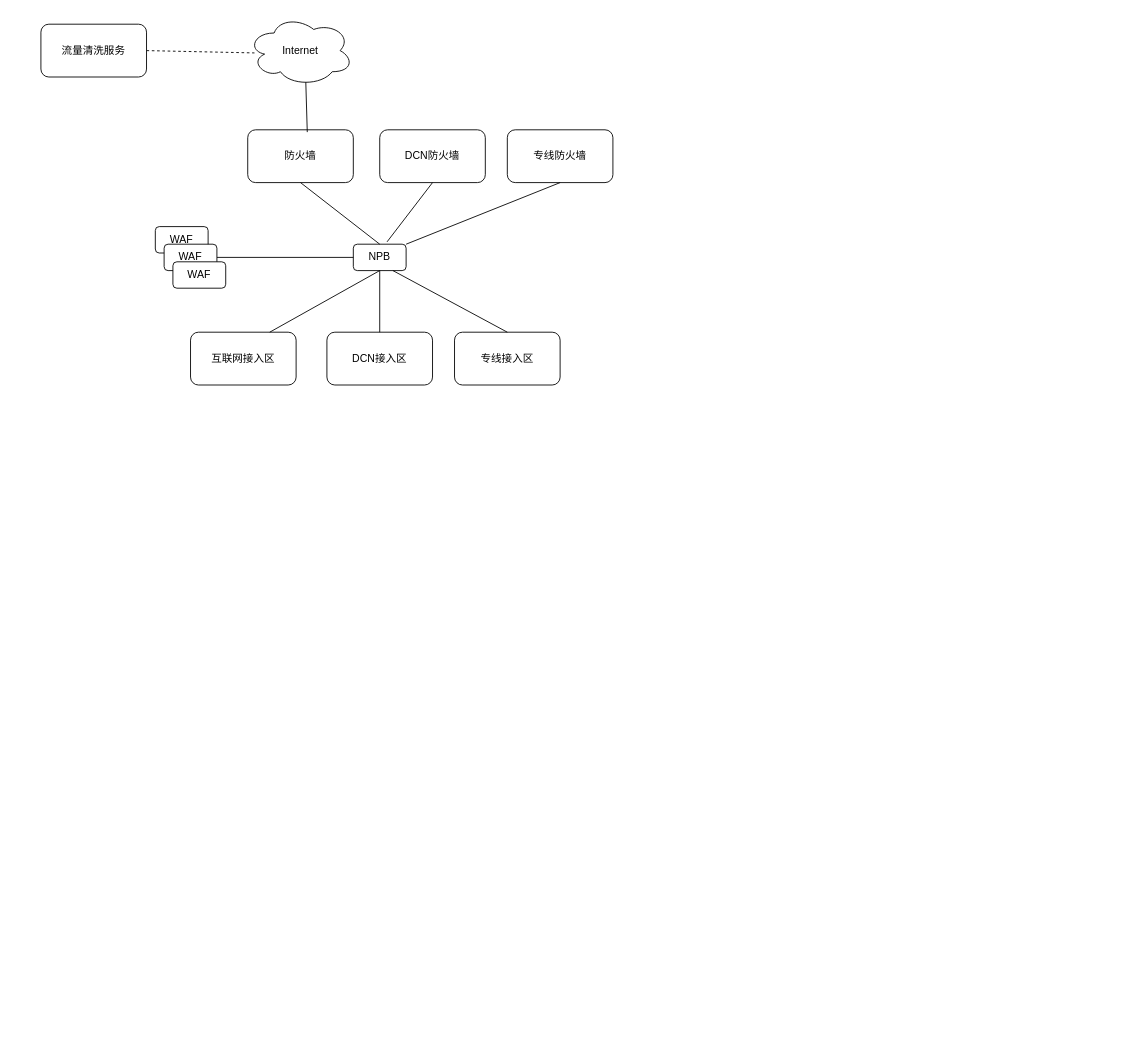
The draw.io diagram cloudsecurity.drawio in razor/1102_decoration, before the edit. Source tidied: cells renumbered, new cells numbered last; positions are measured from the earlier drawing's top-left corner, leaving out a move shared by most shapes. Both pictures are drawn from the tidied source at 88%, with x=0, y=0 at pixel (40, 15).
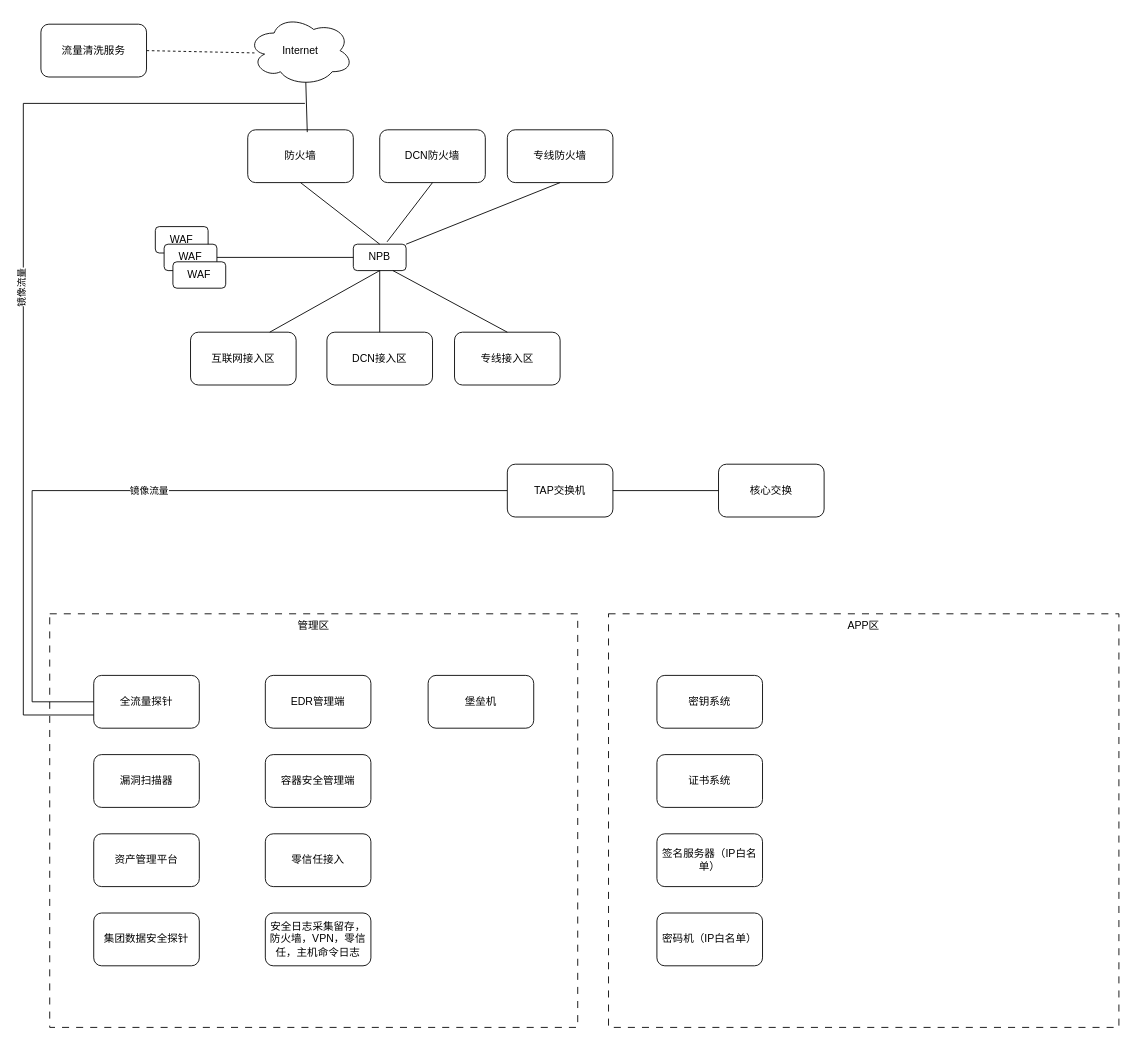
After the change.

The edit, as a diff of the source:
```diff
@@
+    <mxCell id="23" value="APP区" style="rounded=0;whiteSpace=wrap;html=1;verticalAlign=top;dashed=1;dashPattern=8 8;" parent="1" vertex="1">
+      <mxGeometry x="645" y="680" width="580" height="470" as="geometry" />
+    </mxCell>
+    <mxCell id="24" value="管理区" style="rounded=0;whiteSpace=wrap;html=1;verticalAlign=top;dashed=1;dashPattern=8 8;" parent="1" vertex="1">
+      <mxGeometry x="10" y="680" width="600" height="470" as="geometry" />
+    </mxCell>
@@
+    <mxCell id="25" value="漏洞扫描器" style="rounded=1;whiteSpace=wrap;html=1;" parent="1" vertex="1">
+      <mxGeometry x="60" y="840" width="120" height="60" as="geometry" />
+    </mxCell>
+    <mxCell id="26" value="资产管理平台" style="rounded=1;whiteSpace=wrap;html=1;" parent="1" vertex="1">
+      <mxGeometry x="60" y="930" width="120" height="60" as="geometry" />
+    </mxCell>
+    <mxCell id="27" value="全流量探针" style="rounded=1;whiteSpace=wrap;html=1;" parent="1" vertex="1">
+      <mxGeometry x="60" y="750" width="120" height="60" as="geometry" />
+    </mxCell>
+    <mxCell id="28" value="集团数据安全探针" style="rounded=1;whiteSpace=wrap;html=1;" parent="1" vertex="1">
+      <mxGeometry x="60" y="1020" width="120" height="60" as="geometry" />
+    </mxCell>
+    <mxCell id="29" value="EDR管理端" style="rounded=1;whiteSpace=wrap;html=1;" parent="1" vertex="1">
+      <mxGeometry x="255" y="750" width="120" height="60" as="geometry" />
+    </mxCell>
+    <mxCell id="30" value="容器安全管理端" style="rounded=1;whiteSpace=wrap;html=1;" parent="1" vertex="1">
+      <mxGeometry x="255" y="840" width="120" height="60" as="geometry" />
+    </mxCell>
+    <mxCell id="31" value="零信任接入" style="rounded=1;whiteSpace=wrap;html=1;" parent="1" vertex="1">
+      <mxGeometry x="255" y="930" width="120" height="60" as="geometry" />
+    </mxCell>
+    <mxCell id="32" value="安全日志采集留存，防火墙，VPN，零信任，主机命令日志" style="rounded=1;whiteSpace=wrap;html=1;" parent="1" vertex="1">
+      <mxGeometry x="255" y="1020" width="120" height="60" as="geometry" />
+    </mxCell>
+    <mxCell id="33" value="密钥系统" style="rounded=1;whiteSpace=wrap;html=1;" parent="1" vertex="1">
+      <mxGeometry x="700" y="750" width="120" height="60" as="geometry" />
+    </mxCell>
+    <mxCell id="34" value="证书系统" style="rounded=1;whiteSpace=wrap;html=1;" parent="1" vertex="1">
+      <mxGeometry x="700" y="840" width="120" height="60" as="geometry" />
+    </mxCell>
+    <mxCell id="35" value="签名服务器（IP白名单）" style="rounded=1;whiteSpace=wrap;html=1;" parent="1" vertex="1">
+      <mxGeometry x="700" y="930" width="120" height="60" as="geometry" />
+    </mxCell>
+    <mxCell id="36" value="密码机（IP白名单）" style="rounded=1;whiteSpace=wrap;html=1;" parent="1" vertex="1">
+      <mxGeometry x="700" y="1020" width="120" height="60" as="geometry" />
+    </mxCell>
+    <mxCell id="37" value="堡垒机" style="rounded=1;whiteSpace=wrap;html=1;" parent="1" vertex="1">
+      <mxGeometry x="440" y="750" width="120" height="60" as="geometry" />
+    </mxCell>
+    <mxCell id="38" value="核心交换" style="rounded=1;whiteSpace=wrap;html=1;" parent="1" vertex="1">
+      <mxGeometry x="770" y="510" width="120" height="60" as="geometry" />
+    </mxCell>
+    <mxCell id="39" style="endArrow=none;html=1;rounded=0;exitX=0;exitY=0.5;exitDx=0;exitDy=0;entryX=0;entryY=0.5;entryDx=0;entryDy=0;" parent="1" edge="1" source="27" target="43">
+      <mxGeometry relative="1" as="geometry">
+        <Array as="points">
+          <mxPoint x="-10" y="780" />
+          <mxPoint x="-10" y="540" />
+        </Array>
+      </mxGeometry>
+    </mxCell>
+    <mxCell id="40" value="镜像流量" style="edgeLabel;html=1;align=center;verticalAlign=middle;" parent="39" vertex="1">
+      <mxGeometry x="0.04" y="1" relative="1" as="geometry" />
+    </mxCell>
+    <mxCell id="41" style="endArrow=none;html=1;rounded=0;exitX=0;exitY=0.75;exitDx=0;exitDy=0;" parent="1" edge="1" source="27">
+      <mxGeometry relative="1" as="geometry">
+        <mxPoint x="300" y="100" as="targetPoint" />
+        <Array as="points">
+          <mxPoint x="-20" y="795" />
+          <mxPoint x="-20" y="100" />
+        </Array>
+      </mxGeometry>
+    </mxCell>
+    <mxCell id="42" value="镜像流量" style="edgeLabel;html=1;align=center;verticalAlign=middle;horizontal=0;" parent="41" vertex="1">
+      <mxGeometry x="0.03" y="3" relative="1" as="geometry" />
+    </mxCell>
+    <mxCell id="43" value="TAP交换机" style="rounded=1;whiteSpace=wrap;html=1;" parent="1" vertex="1">
+      <mxGeometry x="530" y="510" width="120" height="60" as="geometry" />
+    </mxCell>
+    <mxCell id="44" style="endArrow=none;html=1;rounded=0;entryX=0;entryY=0.5;entryDx=0;entryDy=0;exitX=1;exitY=0.5;exitDx=0;exitDy=0;" parent="1" edge="1" source="43" target="38">
+      <mxGeometry relative="1" as="geometry" />
+    </mxCell>
```
